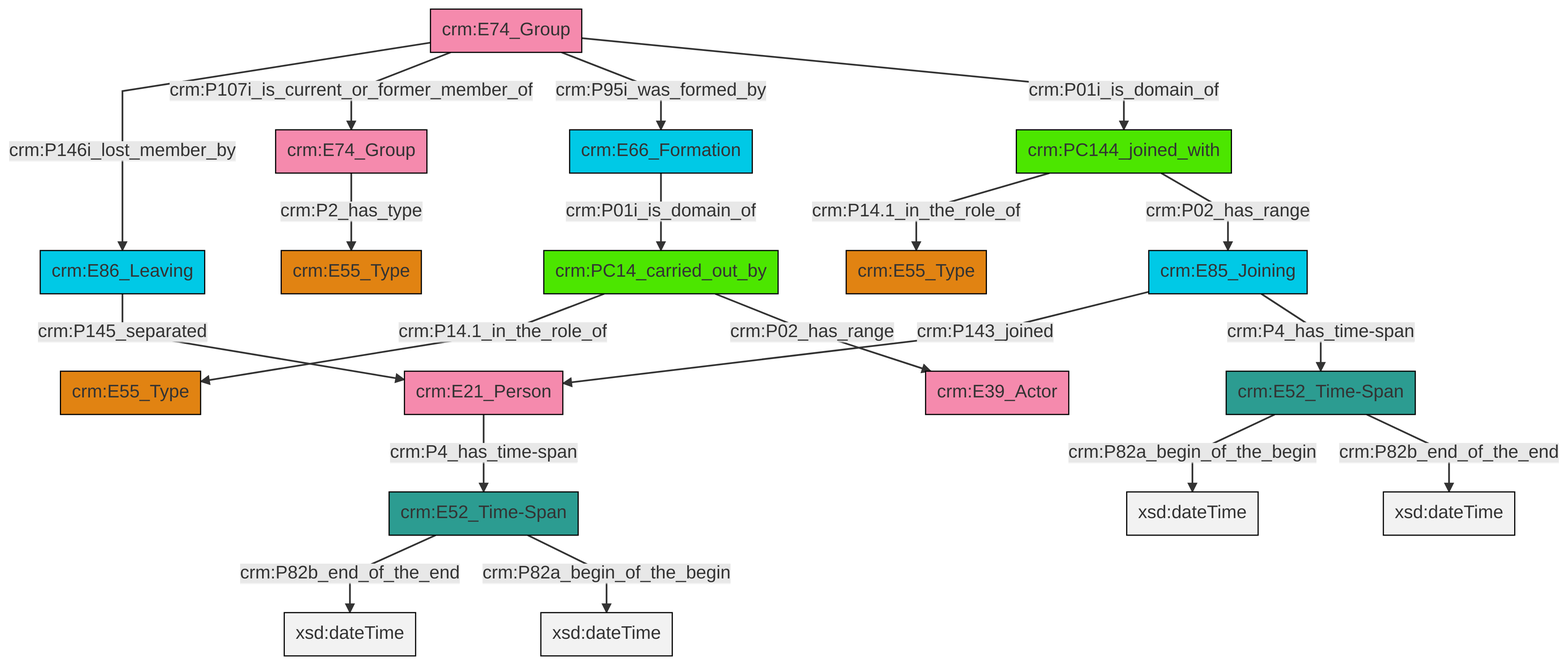
swiss-art-research-net/reference-data-models keeps this Mermaid diagram as et/groupCSV/ttl/mmd/png/group_actor_relations.png. Above is the earlier version. Its source is kept beside it as et/groupCSV/ttl/mmd/group_actor_relations.ttl.mmd.
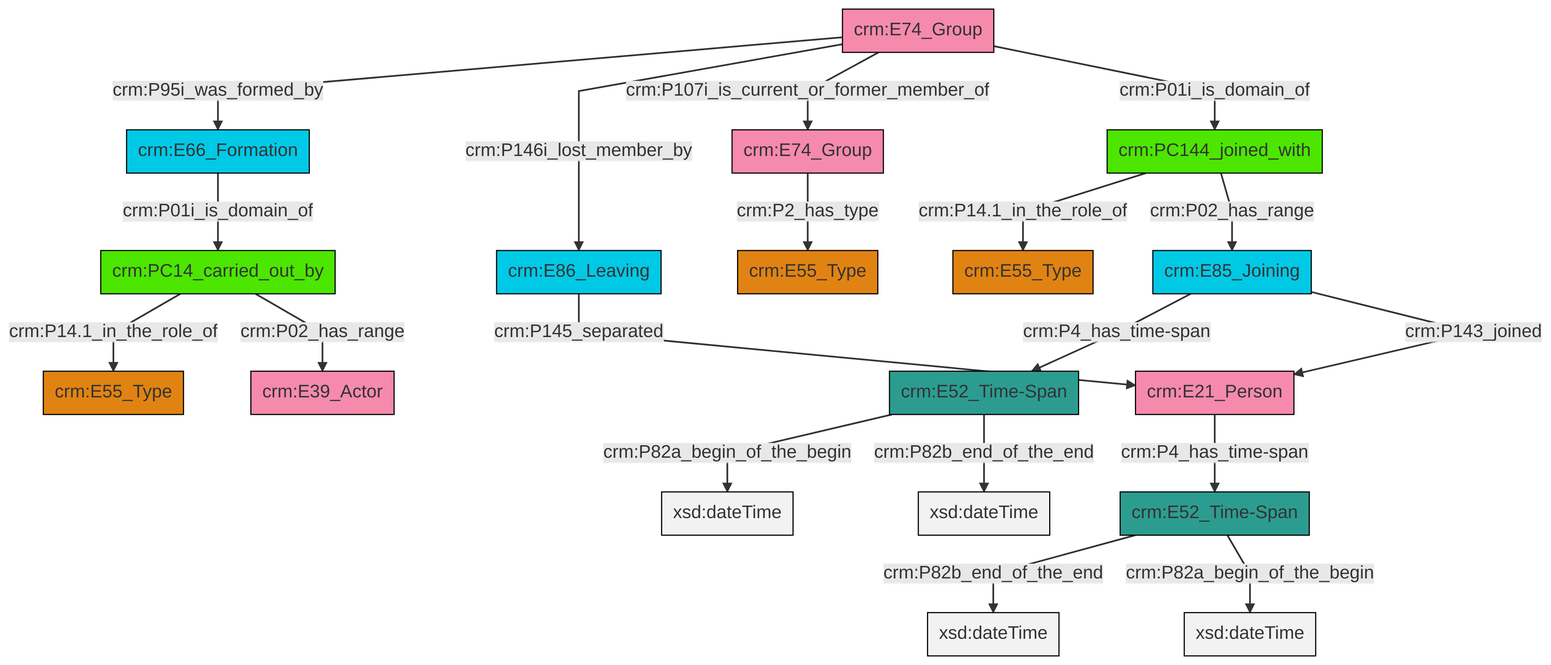
The same diagram one commit later.

The edit, as a diff of the source:
```diff
@@ -13,21 +13,21 @@
 classDef PC_Classes fill:#4ce600, stroke:#000000;
 classDef Multi fill:#cccccc,stroke:#000000;
 
-0["crm:E74_Group"]:::Actor -->|crm:P146i_lost_member_by| 1["crm:E86_Leaving"]:::Temporal_Entity
-2["crm:E85_Joining"]:::Temporal_Entity -->|crm:P143_joined| 3["crm:E21_Person"]:::Actor
-4["crm:E52_Time-Span"]:::Time-Span -->|crm:P82b_end_of_the_end| 9[xsd:dateTime]:::Literal
-10["crm:PC14_carried_out_by"]:::PC_Classes -->|crm:P14.1_in_the_role_of| 11["crm:E55_Type"]:::Type
-0["crm:E74_Group"]:::Actor -->|crm:P107i_is_current_or_former_member_of| 12["crm:E74_Group"]:::Actor
-18["crm:E52_Time-Span"]:::Time-Span -->|crm:P82a_begin_of_the_begin| 19[xsd:dateTime]:::Literal
-2["crm:E85_Joining"]:::Temporal_Entity -->|crm:P4_has_time-span| 18["crm:E52_Time-Span"]:::Time-Span
-20["crm:E66_Formation"]:::Temporal_Entity -->|crm:P01i_is_domain_of| 10["crm:PC14_carried_out_by"]:::PC_Classes
-0["crm:E74_Group"]:::Actor -->|crm:P95i_was_formed_by| 20["crm:E66_Formation"]:::Temporal_Entity
-22["crm:PC144_joined_with"]:::PC_Classes -->|crm:P14.1_in_the_role_of| 16["crm:E55_Type"]:::Type
-0["crm:E74_Group"]:::Actor -->|crm:P01i_is_domain_of| 22["crm:PC144_joined_with"]:::PC_Classes
-4["crm:E52_Time-Span"]:::Time-Span -->|crm:P82a_begin_of_the_begin| 26[xsd:dateTime]:::Literal
-22["crm:PC144_joined_with"]:::PC_Classes -->|crm:P02_has_range| 2["crm:E85_Joining"]:::Temporal_Entity
-3["crm:E21_Person"]:::Actor -->|crm:P4_has_time-span| 4["crm:E52_Time-Span"]:::Time-Span
-18["crm:E52_Time-Span"]:::Time-Span -->|crm:P82b_end_of_the_end| 31[xsd:dateTime]:::Literal
-10["crm:PC14_carried_out_by"]:::PC_Classes -->|crm:P02_has_range| 14["crm:E39_Actor"]:::Actor
-1["crm:E86_Leaving"]:::Temporal_Entity -->|crm:P145_separated| 3["crm:E21_Person"]:::Actor
-12["crm:E74_Group"]:::Actor -->|crm:P2_has_type| 7["crm:E55_Type"]:::Type
+2["crm:PC14_carried_out_by"]:::PC_Classes -->|crm:P14.1_in_the_role_of| 3["crm:E55_Type"]:::Type
+4["crm:E52_Time-Span"]:::Time-Span -->|crm:P82a_begin_of_the_begin| 5[xsd:dateTime]:::Literal
+8["crm:E74_Group"]:::Actor -->|crm:P95i_was_formed_by| 9["crm:E66_Formation"]:::Temporal_Entity
+9["crm:E66_Formation"]:::Temporal_Entity -->|crm:P01i_is_domain_of| 2["crm:PC14_carried_out_by"]:::PC_Classes
+8["crm:E74_Group"]:::Actor -->|crm:P146i_lost_member_by| 10["crm:E86_Leaving"]:::Temporal_Entity
+17["crm:PC144_joined_with"]:::PC_Classes -->|crm:P14.1_in_the_role_of| 15["crm:E55_Type"]:::Type
+21["crm:E52_Time-Span"]:::Time-Span -->|crm:P82b_end_of_the_end| 23[xsd:dateTime]:::Literal
+2["crm:PC14_carried_out_by"]:::PC_Classes -->|crm:P02_has_range| 26["crm:E39_Actor"]:::Actor
+10["crm:E86_Leaving"]:::Temporal_Entity -->|crm:P145_separated| 12["crm:E21_Person"]:::Actor
+0["crm:E85_Joining"]:::Temporal_Entity -->|crm:P4_has_time-span| 4["crm:E52_Time-Span"]:::Time-Span
+0["crm:E85_Joining"]:::Temporal_Entity -->|crm:P143_joined| 12["crm:E21_Person"]:::Actor
+8["crm:E74_Group"]:::Actor -->|crm:P107i_is_current_or_former_member_of| 28["crm:E74_Group"]:::Actor
+28["crm:E74_Group"]:::Actor -->|crm:P2_has_type| 6["crm:E55_Type"]:::Type
+12["crm:E21_Person"]:::Actor -->|crm:P4_has_time-span| 21["crm:E52_Time-Span"]:::Time-Span
+21["crm:E52_Time-Span"]:::Time-Span -->|crm:P82a_begin_of_the_begin| 31[xsd:dateTime]:::Literal
+8["crm:E74_Group"]:::Actor -->|crm:P01i_is_domain_of| 17["crm:PC144_joined_with"]:::PC_Classes
+17["crm:PC144_joined_with"]:::PC_Classes -->|crm:P02_has_range| 0["crm:E85_Joining"]:::Temporal_Entity
+4["crm:E52_Time-Span"]:::Time-Span -->|crm:P82b_end_of_the_end| 34[xsd:dateTime]:::Literal
```
